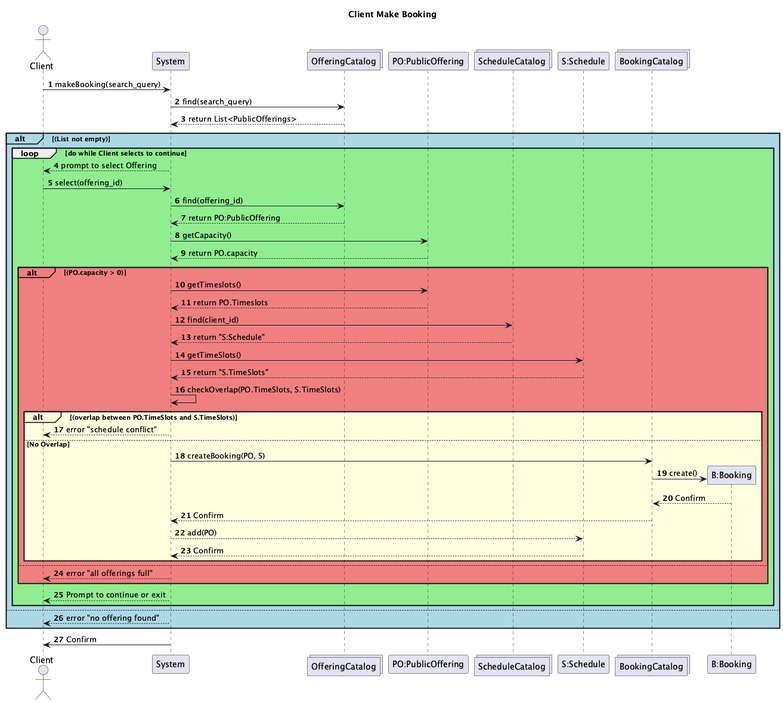
vibqetowi/soen-342-project keeps this PlantUML diagram as System-Diagrams/UML Interaction/Client/Client-Interactions_002.png. Above is the earlier version. Source of this version:
```plantuml
@startuml
actor Client
participant System
collections OfferingCatalog
participant "PO:PublicOffering"
collections ScheduleCatalog
participant "S:Schedule"
collections BookingCatalog
participant "B:Booking"

autonumber

title Client Make Booking

Client -> System : makeBooking(search_query)
System -> OfferingCatalog : find(search_query)
OfferingCatalog --> System : return List<PublicOfferings>

alt#LightBlue #LightBlue (List not empty)
    loop #LightGreen do while Client selects to continue
        System --> Client : prompt to select Offering
        Client -> System : select(offering_id)
        System -> OfferingCatalog : find(offering_id)
        OfferingCatalog --> System : return PO:PublicOffering
        System -> "PO:PublicOffering" : getCapacity()
        "PO:PublicOffering" --> System : return PO.capacity

        alt#LightCoral #LightCoral (PO.capacity > 0)
            System -> "PO:PublicOffering" : getTimeslots()
            "PO:PublicOffering" --> System : return PO.Timeslots
            System -> ScheduleCatalog : find(client_id)
            ScheduleCatalog --> System : return "S:Schedule"
            System -> "S:Schedule" : getTimeSlots()
            "S:Schedule" --> System : return "S.TimeSlots"
            System -> System : checkOverlap(PO.TimeSlots, S.TimeSlots)

            alt#LightYellow #LightYellow (overlap between PO.TimeSlots and S.TimeSlots)
                System --> Client : error "schedule conflict"
            else No Overlap
                System -> BookingCatalog : createBooking(PO, S)
                BookingCatalog -> "B:Booking" **: create()
                "B:Booking" --> BookingCatalog: Confirm
                BookingCatalog --> System : Confirm
                System --> "S:Schedule" : add(PO)
                "S:Schedule" --> System : Confirm
            end
        else
            System --> Client : error "all offerings full"
        end
        System --> Client: Prompt to continue or exit
    end
else
    System --> Client : error "no offering found"
end
System -> Client: Confirm
@enduml
```
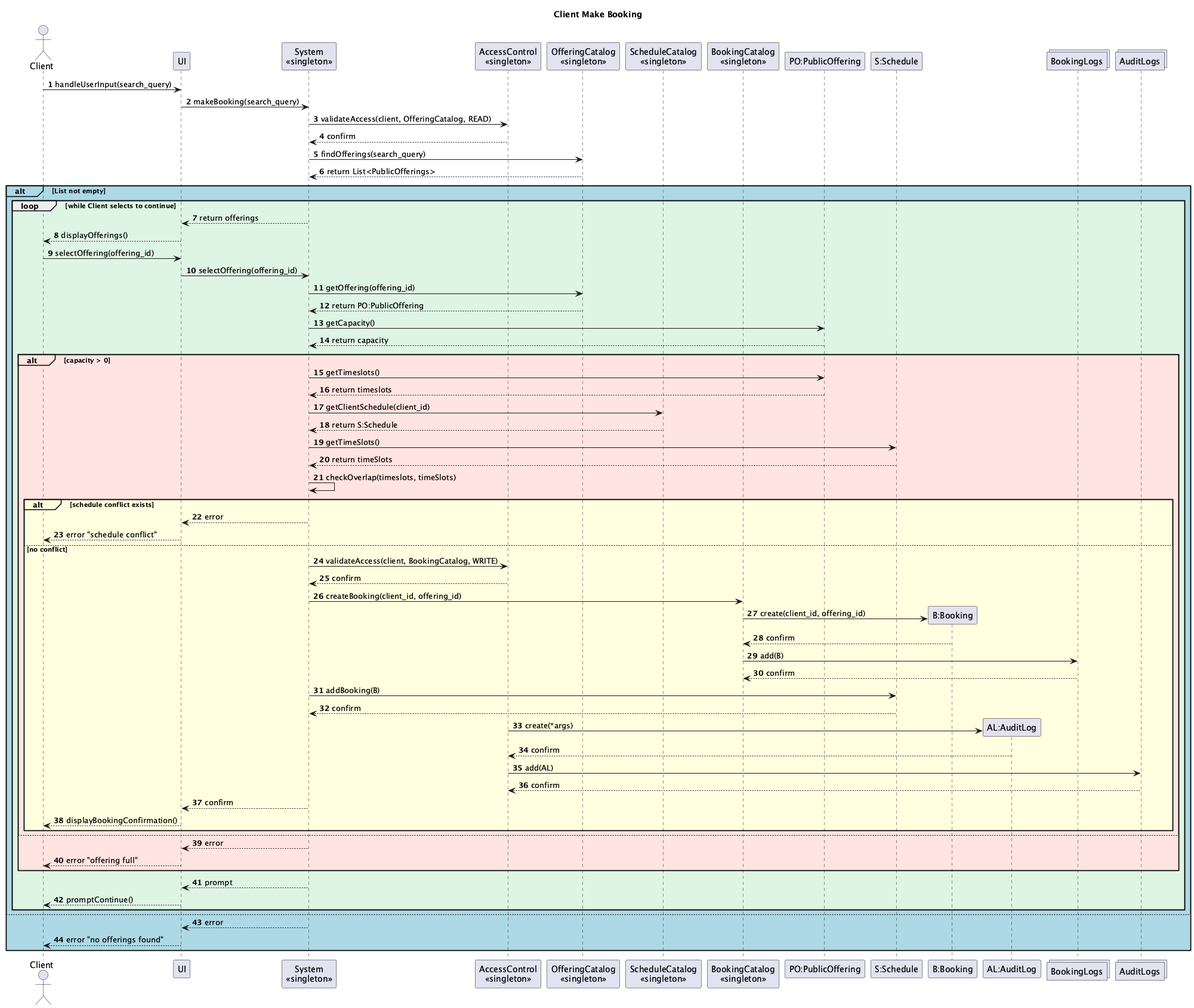
Later version of the same file.

The edit, as a diff of the source:
```diff
@@ -1,56 +1,86 @@
 @startuml
+title Client Make Booking
+
 actor Client
-participant System
-collections OfferingCatalog
-participant "PO:PublicOffering"
-collections ScheduleCatalog
-participant "S:Schedule"
-collections BookingCatalog
-participant "B:Booking"
+participant UI
+participant "System\n<<singleton>>" as System
+participant "AccessControl\n<<singleton>>" as AccessControl
+participant "OfferingCatalog\n<<singleton>>" as OfferingCatalog
+participant "ScheduleCatalog\n<<singleton>>" as ScheduleCatalog
+participant "BookingCatalog\n<<singleton>>" as BookingCatalog
+participant "PO:PublicOffering" as PublicOffering
+participant "S:Schedule" as Schedule
+participant "B:Booking" as Booking
+participant "AL:AuditLog" as AuditLog
+collections BookingLogs
+collections AuditLogs
 
 autonumber
 
-title Client Make Booking
+Client -> UI: handleUserInput(search_query)
+UI -> System: makeBooking(search_query)
 
-Client -> System : makeBooking(search_query)
-System -> OfferingCatalog : find(search_query)
-OfferingCatalog --> System : return List<PublicOfferings>
+System -> AccessControl: validateAccess(client, OfferingCatalog, READ)
+AccessControl --> System: confirm
 
-alt#LightBlue #LightBlue (List not empty)
-    loop #LightGreen do while Client selects to continue
-        System --> Client : prompt to select Offering
-        Client -> System : select(offering_id)
-        System -> OfferingCatalog : find(offering_id)
-        OfferingCatalog --> System : return PO:PublicOffering
-        System -> "PO:PublicOffering" : getCapacity()
-        "PO:PublicOffering" --> System : return PO.capacity
+System -> OfferingCatalog: findOfferings(search_query)
+OfferingCatalog --> System: return List<PublicOfferings>
 
-        alt#LightCoral #LightCoral (PO.capacity > 0)
-            System -> "PO:PublicOffering" : getTimeslots()
-            "PO:PublicOffering" --> System : return PO.Timeslots
-            System -> ScheduleCatalog : find(client_id)
-            ScheduleCatalog --> System : return "S:Schedule"
-            System -> "S:Schedule" : getTimeSlots()
-            "S:Schedule" --> System : return "S.TimeSlots"
-            System -> System : checkOverlap(PO.TimeSlots, S.TimeSlots)
+alt#LightBlue #LightBlue List not empty
+    loop #DFF5E4 while Client selects to continue
+        System --> UI: return offerings
+        UI --> Client: displayOfferings()
+        Client -> UI: selectOffering(offering_id)
+        UI -> System: selectOffering(offering_id)
 
-            alt#LightYellow #LightYellow (overlap between PO.TimeSlots and S.TimeSlots)
-                System --> Client : error "schedule conflict"
-            else No Overlap
-                System -> BookingCatalog : createBooking(PO, S)
-                BookingCatalog -> "B:Booking" **: create()
-                "B:Booking" --> BookingCatalog: Confirm
-                BookingCatalog --> System : Confirm
-                System --> "S:Schedule" : add(PO)
-                "S:Schedule" --> System : Confirm
+        System -> OfferingCatalog: getOffering(offering_id)
+        OfferingCatalog --> System: return PO:PublicOffering
+        System -> PublicOffering: getCapacity()
+        PublicOffering --> System: return capacity
+
+        alt#mistyrose #mistyrose capacity > 0
+            System -> PublicOffering: getTimeslots()
+            PublicOffering --> System: return timeslots
+            System -> ScheduleCatalog: getClientSchedule(client_id)
+            ScheduleCatalog --> System: return S:Schedule
+            System -> Schedule: getTimeSlots()
+            Schedule --> System: return timeSlots
+            System -> System: checkOverlap(timeslots, timeSlots)
+
+            alt#LightYellow #LightYellow schedule conflict exists
+                System --> UI: error
+                UI --> Client: error "schedule conflict"
+            else no conflict
+                System -> AccessControl: validateAccess(client, BookingCatalog, WRITE)
+                AccessControl --> System: confirm
+
+                System -> BookingCatalog: createBooking(client_id, offering_id)
+                BookingCatalog -> Booking **: create(client_id, offering_id)
+                Booking --> BookingCatalog: confirm
+                BookingCatalog -> BookingLogs: add(B)
+                BookingLogs --> BookingCatalog: confirm
+
+                System -> Schedule: addBooking(B)
+                Schedule --> System: confirm
+
+                AccessControl -> AuditLog **: create(*args)
+                AuditLog --> AccessControl: confirm
+                AccessControl -> AuditLogs: add(AL)
+                AuditLogs --> AccessControl: confirm
+
+                System --> UI: confirm
+                UI --> Client: displayBookingConfirmation()
             end
         else
-            System --> Client : error "all offerings full"
+            System --> UI: error
+            UI --> Client: error "offering full"
         end
-        System --> Client: Prompt to continue or exit
+        System --> UI: prompt
+        UI --> Client: promptContinue()
     end
 else
-    System --> Client : error "no offering found"
+    System --> UI: error
+    UI --> Client: error "no offerings found"
 end
-System -> Client: Confirm
+
 @enduml
```
